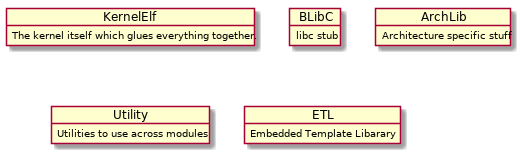
Earlier version of the PlantUML export Docs/ModuleDiagram.png (cbladt/BladtOS).
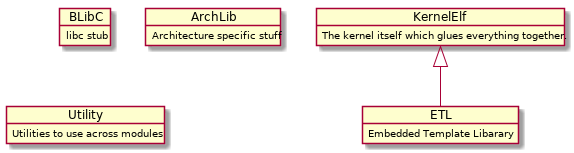
Later version of the same file.

Diff of the diagram source:
```diff
@@ -15,4 +15,6 @@
 object ETL
 ETL : Embedded Template Libarary
 
+KernelElf <|-- ETL
+
 @enduml
```
